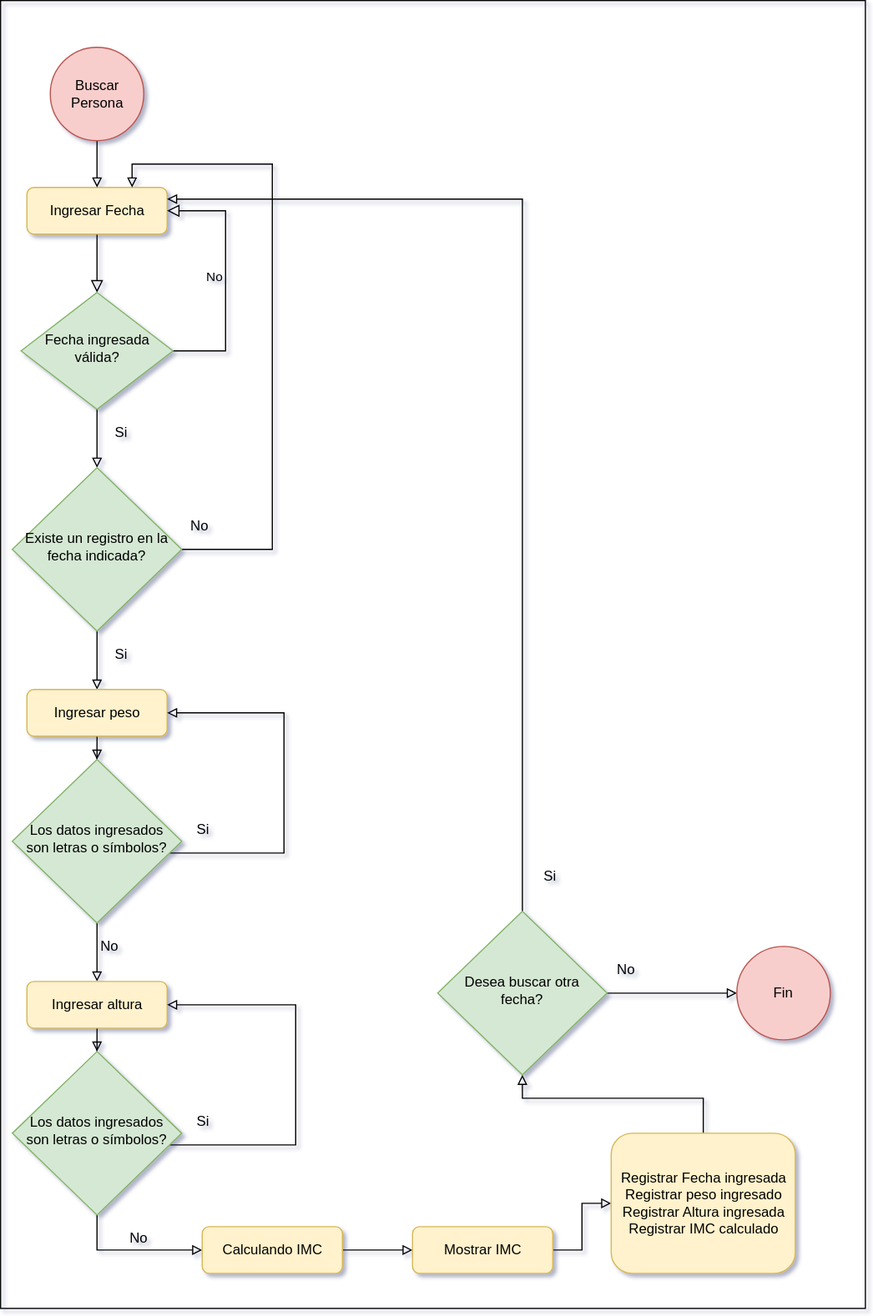
Above: Diagramas/DiagFlujoBuscarPersona.svg in MaxIbanez/Taller1P1_MI_JC (draw.io), before the change. Source tidied: cells renumbered, new cells last; positions are measured from the earlier drawing's top-left corner, leaving out a move shared by most shapes.
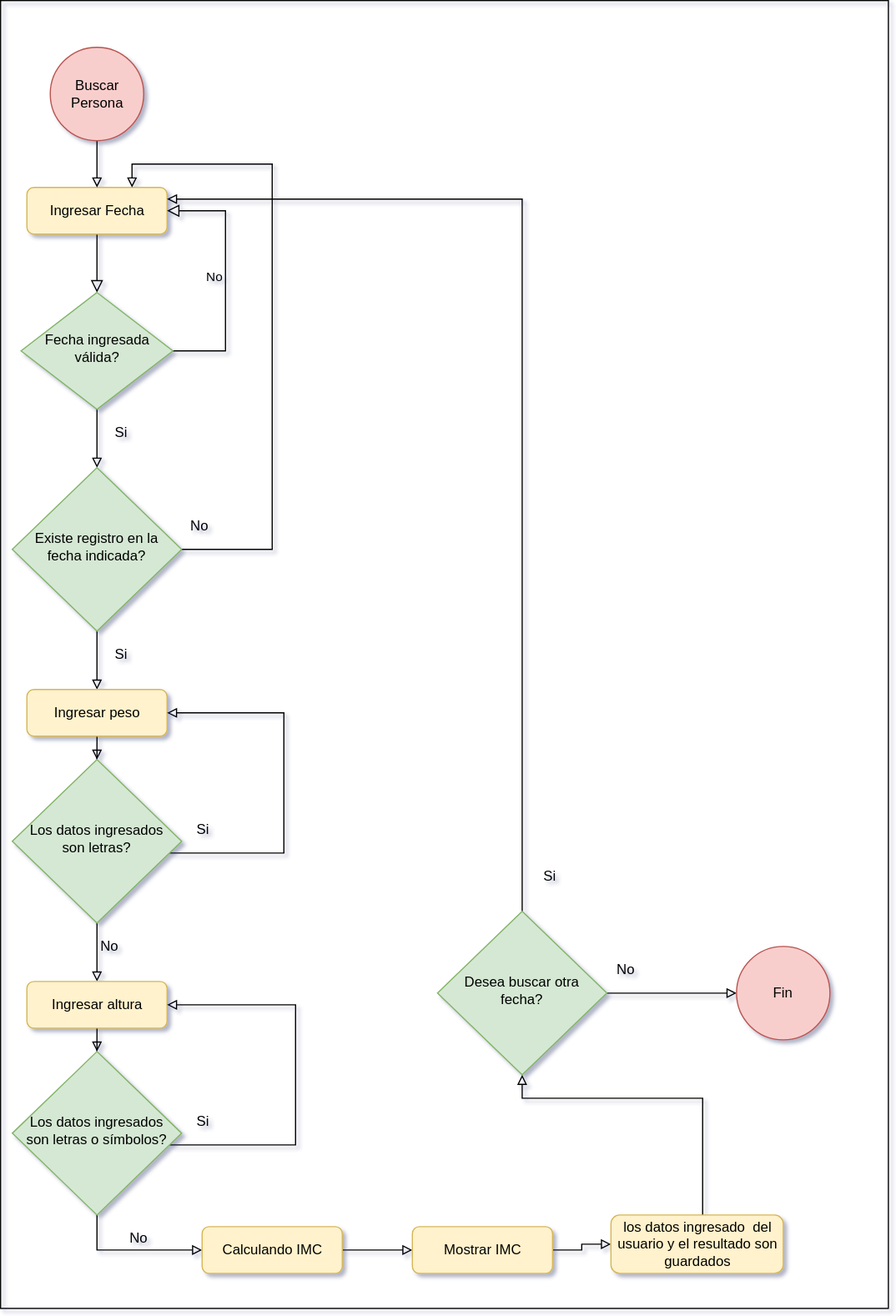
After the commit.

Diff of the diagram source:
```diff
@@ -34,7 +34,7 @@
     <mxCell id="8" style="edgeStyle=orthogonalEdgeStyle;rounded=0;jettySize=auto;html=1;endArrow=block;endFill=0;" parent="1" edge="1" source="9" target="14">
       <mxGeometry relative="1" as="geometry" />
     </mxCell>
-    <mxCell id="9" value="Existe un registro en la fecha indicada?" style="rhombus;whiteSpace=wrap;html=1;shadow=0;fontFamily=Helvetica;fontSize=12;align=center;strokeWidth=1;spacing=6;spacingTop=-4;fillColor=#d5e8d4;strokeColor=#82b366;" parent="1" vertex="1">
+    <mxCell id="9" value="Existe registro en la fecha indicada?" style="rhombus;whiteSpace=wrap;html=1;shadow=0;fontFamily=Helvetica;fontSize=12;align=center;strokeWidth=1;spacing=6;spacingTop=-4;fillColor=#d5e8d4;strokeColor=#82b366;" parent="1" vertex="1">
       <mxGeometry x="10" y="400" width="145" height="140" as="geometry" />
     </mxCell>
     <mxCell id="10" value="No" style="text;html=1;align=center;verticalAlign=middle;" parent="1" vertex="1">
@@ -63,7 +63,7 @@
     <mxCell id="16" style="edgeStyle=orthogonalEdgeStyle;rounded=0;jettySize=auto;html=1;endArrow=block;endFill=0;" parent="1" edge="1" source="17" target="20">
       <mxGeometry relative="1" as="geometry" />
     </mxCell>
-    <mxCell id="17" value="Los datos ingresados son letras o símbolos?" style="rhombus;whiteSpace=wrap;html=1;shadow=0;fontFamily=Helvetica;fontSize=12;align=center;strokeWidth=1;spacing=6;spacingTop=-4;fillColor=#d5e8d4;strokeColor=#82b366;" parent="1" vertex="1">
+    <mxCell id="17" value="Los datos ingresados son letras?" style="rhombus;whiteSpace=wrap;html=1;shadow=0;fontFamily=Helvetica;fontSize=12;align=center;strokeWidth=1;spacing=6;spacingTop=-4;fillColor=#d5e8d4;strokeColor=#82b366;" parent="1" vertex="1">
       <mxGeometry x="10" y="650" width="145" height="140" as="geometry" />
     </mxCell>
     <mxCell id="18" value="Si" style="text;html=1;align=center;verticalAlign=middle;" parent="1" vertex="1">
@@ -122,8 +122,8 @@
         </Array>
       </mxGeometry>
     </mxCell>
-    <mxCell id="32" value="Registrar Fecha ingresada&lt;br&gt;Registrar peso ingresado&lt;br&gt;Registrar Altura ingresada&lt;br&gt;Registrar IMC calculado" style="rounded=1;whiteSpace=wrap;html=1;fontSize=12;glass=0;strokeWidth=1;shadow=0;fillColor=#fff2cc;strokeColor=#d6b656;" parent="1" vertex="1">
-      <mxGeometry x="522.5" y="970" width="157.5" height="120" as="geometry" />
+    <mxCell id="32" value="los datos ingresado&amp;nbsp; del usuario y el resultado son guardados" style="rounded=1;whiteSpace=wrap;html=1;fontSize=12;glass=0;strokeWidth=1;shadow=0;fillColor=#fff2cc;strokeColor=#d6b656;" parent="1" vertex="1">
+      <mxGeometry x="522.5" y="1040" width="147.5" height="50" as="geometry" />
     </mxCell>
     <mxCell id="33" style="edgeStyle=orthogonalEdgeStyle;rounded=0;jettySize=auto;html=1;endArrow=block;endFill=0;" parent="1" edge="1" source="34" target="3">
       <mxGeometry relative="1" as="geometry" />
@@ -154,7 +154,7 @@
       <mxGeometry x="520" y="820" width="30" height="20" as="geometry" />
     </mxCell>
     <mxCell id="41" style="rounded=0;whiteSpace=wrap;html=1;fillColor=none;" parent="1" vertex="1">
-      <mxGeometry width="740" height="1120" as="geometry" />
+      <mxGeometry width="760" height="1120" as="geometry" />
     </mxCell>
   </root>
 </mxGraphModel>
```
